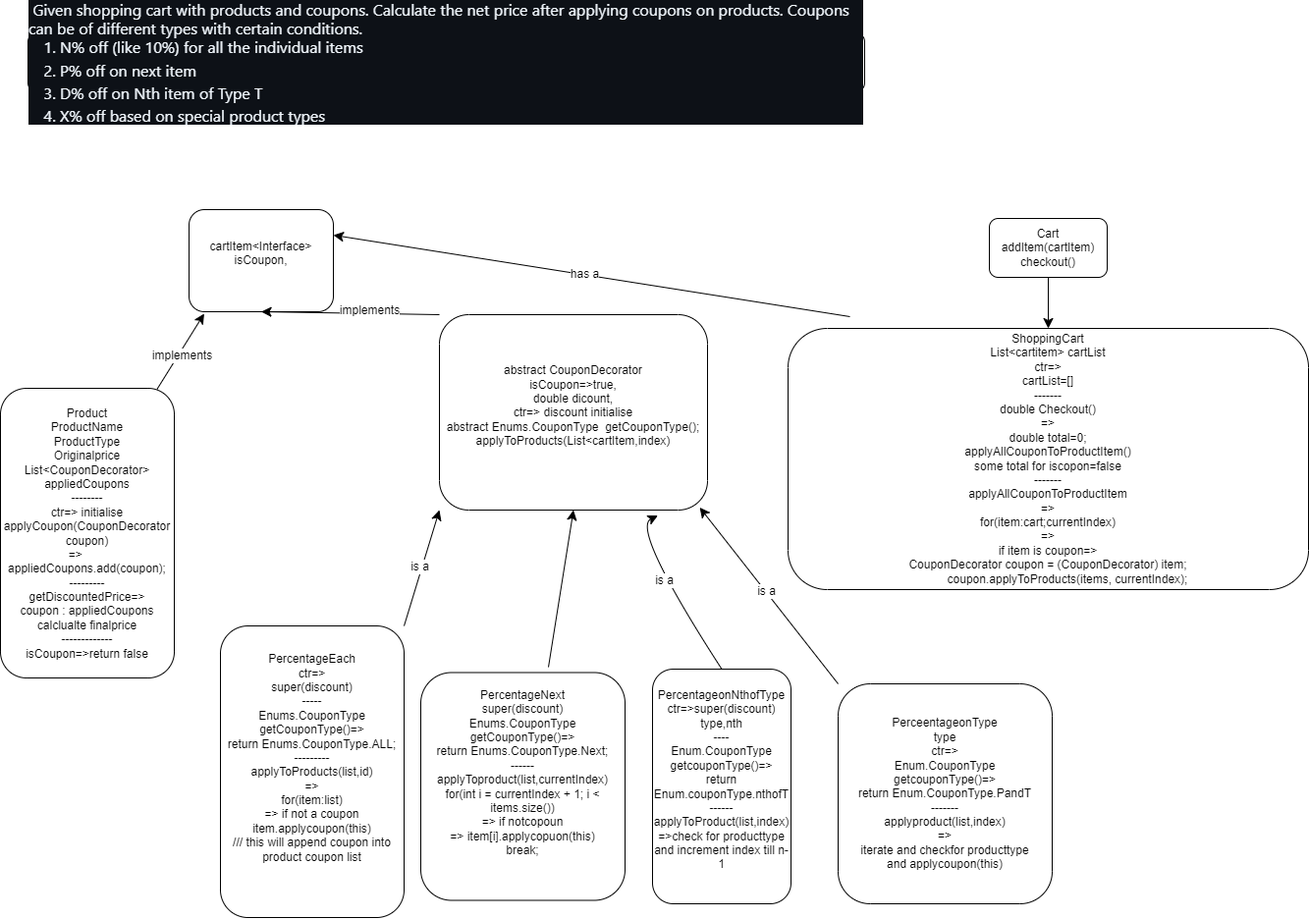
Earlier version of the draw.io export ShoppingCartDiagram.drawio.png (priya226/0-100dev). Source tidied: cells renumbered, new cells last; positions are measured from the earlier drawing's top-left corner, leaving out a move shared by most shapes. Its diagram source:
```xml
<mxGraphModel>
  <root>
    <mxCell id="0" />
    <mxCell id="1" parent="0" />
    <mxCell id="2" value="&lt;p style=&quot;box-sizing: border-box; margin-top: 0px; margin-bottom: var(--base-size-16); color: rgb(240, 246, 252); font-family: -apple-system, BlinkMacSystemFont, &amp;quot;Segoe UI&amp;quot;, &amp;quot;Noto Sans&amp;quot;, Helvetica, Arial, sans-serif, &amp;quot;Apple Color Emoji&amp;quot;, &amp;quot;Segoe UI Emoji&amp;quot;; font-size: 16px; text-align: start; background-color: rgb(13, 17, 23);&quot; dir=&quot;auto&quot;&gt;&amp;nbsp;Given shopping cart with products and coupons. Calculate the net price after applying coupons on products. Coupons can be of different types with certain conditions.&lt;/p&gt;&lt;ol style=&quot;box-sizing: border-box; padding-left: 2em; margin-top: 0px; margin-bottom: var(--base-size-16); color: rgb(240, 246, 252); font-family: -apple-system, BlinkMacSystemFont, &amp;quot;Segoe UI&amp;quot;, &amp;quot;Noto Sans&amp;quot;, Helvetica, Arial, sans-serif, &amp;quot;Apple Color Emoji&amp;quot;, &amp;quot;Segoe UI Emoji&amp;quot;; font-size: 16px; text-align: start; background-color: rgb(13, 17, 23);&quot; dir=&quot;auto&quot;&gt;&lt;li style=&quot;box-sizing: border-box;&quot;&gt;N% off (like 10%) for all the individual items&lt;/li&gt;&lt;li style=&quot;box-sizing: border-box; margin-top: 0.25em;&quot;&gt;P% off on next item&lt;/li&gt;&lt;li style=&quot;box-sizing: border-box; margin-top: 0.25em;&quot;&gt;D% off on Nth item of Type T&lt;/li&gt;&lt;li style=&quot;box-sizing: border-box; margin-top: 0.25em;&quot;&gt;X% off based on special product types&lt;/li&gt;&lt;/ol&gt;" style="rounded=1;whiteSpace=wrap;html=1;" parent="1" vertex="1">
      <mxGeometry x="28" width="852" height="60" as="geometry" />
    </mxCell>
    <mxCell id="3" value="cartItem&amp;lt;Interface&amp;gt;&lt;div&gt;isCoupon,&lt;/div&gt;&lt;div&gt;&lt;br&gt;&lt;/div&gt;" style="rounded=1;whiteSpace=wrap;html=1;" parent="1" vertex="1">
      <mxGeometry x="192" y="180" width="147" height="104" as="geometry" />
    </mxCell>
    <mxCell id="4" value="Product&lt;div&gt;ProductName&lt;/div&gt;&lt;div&gt;ProductType&lt;/div&gt;&lt;div&gt;Originalprice&lt;/div&gt;&lt;div&gt;List&amp;lt;CouponDecorator&amp;gt; appliedCoupons&lt;br&gt;&lt;/div&gt;&lt;div&gt;--------&lt;/div&gt;&lt;div&gt;ctr=&amp;gt; initialise&lt;/div&gt;&lt;div&gt;&lt;div&gt;applyCoupon(CouponDecorator&lt;/div&gt;&lt;div&gt;&amp;nbsp;coupon)&amp;nbsp;&lt;/div&gt;&lt;div&gt;=&amp;gt;&lt;span style=&quot;background-color: initial;&quot;&gt;&amp;nbsp; &amp;nbsp; &amp;nbsp; &amp;nbsp; appliedCoupons.add(coupon);&lt;/span&gt;&lt;/div&gt;&lt;/div&gt;&lt;div&gt;---------&lt;/div&gt;&lt;div&gt;getDiscountedPrice=&amp;gt;&lt;br&gt;&lt;/div&gt;&lt;div&gt;coupon : appliedCoupons&lt;br&gt;&lt;/div&gt;&lt;div&gt;calclualte finalprice&lt;/div&gt;&lt;div&gt;-------------&lt;/div&gt;&lt;div&gt;isCoupon=&amp;gt;return false&lt;/div&gt;" style="rounded=1;whiteSpace=wrap;html=1;" parent="1" vertex="1">
      <mxGeometry y="362" width="177" height="295" as="geometry" />
    </mxCell>
    <mxCell id="5" value="abstract CouponDecorator&lt;div&gt;isCoupon=&amp;gt;true,&lt;/div&gt;&lt;div&gt;double dicount,&lt;/div&gt;&lt;div&gt;ctr=&amp;gt; discount initialise&lt;/div&gt;&lt;div&gt;abstract Enums.CouponType&amp;nbsp; getCouponType();&lt;br&gt;&lt;/div&gt;&lt;div&gt;applyToProducts(List&amp;lt;cartItem,index)&lt;br&gt;&lt;/div&gt;&lt;div&gt;&lt;br&gt;&lt;/div&gt;" style="rounded=1;whiteSpace=wrap;html=1;" parent="1" vertex="1">
      <mxGeometry x="447" y="287" width="273" height="199" as="geometry" />
    </mxCell>
    <mxCell id="6" style="endArrow=classic;html=1;rounded=0;fontSize=12;startSize=8;endSize=8;curved=1;exitX=0;exitY=0;exitDx=0;exitDy=0;entryX=0.5;entryY=1;entryDx=0;entryDy=0;" parent="1" edge="1" source="5" target="3">
      <mxGeometry relative="1" as="geometry" />
    </mxCell>
    <mxCell id="7" value="implements" style="edgeLabel;html=1;align=center;verticalAlign=middle;fontSize=12;" parent="6" vertex="1">
      <mxGeometry x="-0.22" y="-4" relative="1" as="geometry" />
    </mxCell>
    <mxCell id="8" value="PercentageEach&lt;div&gt;&lt;div&gt;ctr=&amp;gt;&lt;/div&gt;&lt;div&gt;super(discount)&lt;/div&gt;&lt;div&gt;-----&lt;/div&gt;&lt;div&gt;&lt;div&gt;Enums.CouponType getCouponType()=&amp;gt;&lt;br&gt;&lt;/div&gt;&lt;div&gt;return&amp;nbsp;Enums.CouponType.ALL;&lt;/div&gt;&lt;div&gt;---------&lt;/div&gt;&lt;div&gt;applyToProducts(list,id)&lt;br&gt;&lt;/div&gt;&lt;div&gt;=&amp;gt;&lt;/div&gt;&lt;div&gt;for(item:list)&lt;/div&gt;&lt;div&gt;=&amp;gt; if not a coupon&lt;/div&gt;&lt;div&gt;item.applycoupon(this)&lt;/div&gt;&lt;div&gt;/// this will append coupon into product coupon list&lt;/div&gt;&lt;div&gt;&lt;br&gt;&lt;/div&gt;&lt;div&gt;&lt;br&gt;&lt;/div&gt;&lt;/div&gt;&lt;/div&gt;" style="rounded=1;whiteSpace=wrap;html=1;" parent="1" vertex="1">
      <mxGeometry x="224" y="604" width="187" height="297" as="geometry" />
    </mxCell>
    <mxCell id="9" value="PercentageNext&lt;div&gt;super(discount)&lt;/div&gt;&lt;div&gt;&lt;div&gt;Enums.CouponType getCouponType()=&amp;gt;&lt;br&gt;&lt;/div&gt;&lt;div&gt;return&amp;nbsp;Enums.CouponType.Next;&lt;/div&gt;&lt;/div&gt;&lt;div&gt;------&lt;/div&gt;&lt;div&gt;applyToproduct(list,currentIndex)&lt;/div&gt;&lt;div&gt;for(int i = currentIndex + 1; i &amp;lt; items.size())&lt;/div&gt;&lt;div&gt;=&amp;gt; if notcopoun&lt;/div&gt;&lt;div&gt;=&amp;gt; item[i].applycopuon(this)&lt;/div&gt;&lt;div&gt;break;&lt;/div&gt;&lt;div&gt;&lt;br&gt;&lt;/div&gt;&lt;div&gt;&lt;br&gt;&lt;/div&gt;" style="rounded=1;whiteSpace=wrap;html=1;" parent="1" vertex="1">
      <mxGeometry x="428" y="651.5" width="208" height="232" as="geometry" />
    </mxCell>
    <mxCell id="10" value="PercentageonNthofType&lt;div&gt;ctr=&amp;gt;super(discount)&lt;/div&gt;&lt;div&gt;type,nth&lt;/div&gt;&lt;div&gt;----&lt;/div&gt;&lt;div&gt;Enum.CouponType&lt;/div&gt;&lt;div&gt;getcouponType()=&amp;gt;&lt;/div&gt;&lt;div&gt;return Enum.couponType.nthofT&lt;/div&gt;&lt;div&gt;------&lt;/div&gt;&lt;div&gt;applyToProduct(list,index)&lt;/div&gt;&lt;div&gt;=&amp;gt;check for producttype and increment index till n-1&lt;/div&gt;&lt;div&gt;&lt;br&gt;&lt;/div&gt;" style="rounded=1;whiteSpace=wrap;html=1;" parent="1" vertex="1">
      <mxGeometry x="664" y="648" width="141" height="239" as="geometry" />
    </mxCell>
    <mxCell id="11" value="PerceentageonType&lt;div&gt;type&lt;/div&gt;&lt;div&gt;ctr=&amp;gt;&lt;/div&gt;&lt;div&gt;Enum.CouponType&lt;/div&gt;&lt;div&gt;getcouponType()=&amp;gt;&lt;/div&gt;&lt;div&gt;return Enum.CouponType.PandT&lt;/div&gt;&lt;div&gt;-------&lt;/div&gt;&lt;div&gt;applyproduct(list,index)&lt;/div&gt;&lt;div&gt;=&amp;gt;&lt;/div&gt;&lt;div&gt;iterate and checkfor producttype&lt;/div&gt;&lt;div&gt;and applycoupon(this)&lt;/div&gt;" style="rounded=1;whiteSpace=wrap;html=1;" parent="1" vertex="1">
      <mxGeometry x="853" y="663" width="218" height="224" as="geometry" />
    </mxCell>
    <mxCell id="12" style="endArrow=classic;html=1;rounded=0;fontSize=12;startSize=8;endSize=8;curved=1;exitX=1;exitY=0;exitDx=0;exitDy=0;entryX=0;entryY=1;entryDx=0;entryDy=0;" parent="1" edge="1" source="8" target="5">
      <mxGeometry relative="1" as="geometry" />
    </mxCell>
    <mxCell id="13" value="is a" style="edgeLabel;html=1;align=center;verticalAlign=middle;fontSize=12;" parent="12" vertex="1">
      <mxGeometry x="0.01" y="3" relative="1" as="geometry" />
    </mxCell>
    <mxCell id="14" style="endArrow=classic;html=1;rounded=0;fontSize=12;startSize=8;endSize=8;curved=1;exitX=0.5;exitY=0;exitDx=0;exitDy=0;entryX=0.815;entryY=1.028;entryDx=0;entryDy=0;entryPerimeter=0;" parent="1" edge="1" source="10" target="5">
      <mxGeometry relative="1" as="geometry">
        <Array as="points">
          <mxPoint x="642" y="505" />
        </Array>
      </mxGeometry>
    </mxCell>
    <mxCell id="15" value="is a" style="edgeLabel;html=1;align=center;verticalAlign=middle;fontSize=12;" parent="14" vertex="1">
      <mxGeometry x="0.09" relative="1" as="geometry" />
    </mxCell>
    <mxCell id="16" style="endArrow=classic;html=1;rounded=0;fontSize=12;startSize=8;endSize=8;curved=1;exitX=0;exitY=0;exitDx=0;exitDy=0;entryX=0.971;entryY=0.987;entryDx=0;entryDy=0;entryPerimeter=0;" parent="1" edge="1" source="11" target="5">
      <mxGeometry relative="1" as="geometry" />
    </mxCell>
    <mxCell id="17" value="is a" style="edgeLabel;html=1;align=center;verticalAlign=middle;fontSize=12;" parent="16" vertex="1">
      <mxGeometry x="0.06" relative="1" as="geometry" />
    </mxCell>
    <mxCell id="18" value="Cart&lt;div&gt;addItem(cartItem)&lt;/div&gt;&lt;div&gt;checkout()&lt;/div&gt;" style="rounded=1;whiteSpace=wrap;html=1;" parent="1" vertex="1">
      <mxGeometry x="1007" y="189" width="120" height="60" as="geometry" />
    </mxCell>
    <mxCell id="19" value="ShoppingCart&lt;div&gt;List&amp;lt;cartitem&amp;gt; cartList&lt;/div&gt;&lt;div&gt;ctr=&amp;gt;&lt;/div&gt;&lt;div&gt;&lt;span style=&quot;background-color: initial;&quot;&gt;cartList&lt;/span&gt;=[]&lt;/div&gt;&lt;div&gt;-------&lt;/div&gt;&lt;div&gt;double Checkout()&lt;/div&gt;&lt;div&gt;=&amp;gt;&lt;/div&gt;&lt;div&gt;double total=0;&lt;/div&gt;&lt;div&gt;applyAllCouponToProductItem()&lt;br&gt;&lt;/div&gt;&lt;div&gt;some total for iscopon=false&lt;/div&gt;&lt;div&gt;-------&lt;/div&gt;&lt;div&gt;applyAllCouponToProductItem&lt;br&gt;&lt;/div&gt;&lt;div&gt;=&amp;gt;&lt;/div&gt;&lt;div&gt;for(item:cart;currentIndex)&lt;/div&gt;&lt;div&gt;=&amp;gt;&lt;/div&gt;&lt;div&gt;if item is coupon=&amp;gt;&lt;/div&gt;&lt;div&gt;&lt;div&gt;&lt;span style=&quot;background-color: initial;&quot;&gt;CouponDecorator&lt;/span&gt;&amp;nbsp;coupon = (CouponDecorator) item;&lt;/div&gt;&lt;div&gt;&amp;nbsp; &amp;nbsp; &amp;nbsp; &amp;nbsp; &amp;nbsp; &amp;nbsp; coupon.applyToProducts(items, currentIndex);&lt;/div&gt;&lt;/div&gt;" style="rounded=1;whiteSpace=wrap;html=1;" parent="1" vertex="1">
      <mxGeometry x="802" y="301" width="530" height="266" as="geometry" />
    </mxCell>
    <mxCell id="20" style="endArrow=classic;html=1;rounded=0;fontSize=12;startSize=8;endSize=8;curved=1;exitX=0.5;exitY=1;exitDx=0;exitDy=0;entryX=0.5;entryY=0;entryDx=0;entryDy=0;" parent="1" edge="1" source="18" target="19">
      <mxGeometry relative="1" as="geometry" />
    </mxCell>
    <mxCell id="21" style="endArrow=classic;html=1;rounded=0;fontSize=12;startSize=8;endSize=8;curved=1;entryX=0.5;entryY=1;entryDx=0;entryDy=0;" parent="1" edge="1" target="5">
      <mxGeometry relative="1" as="geometry">
        <mxPoint x="558" y="646" as="sourcePoint" />
      </mxGeometry>
    </mxCell>
    <mxCell id="22" style="endArrow=classic;html=1;rounded=0;fontSize=12;startSize=8;endSize=8;curved=1;exitX=0.901;exitY=0.003;exitDx=0;exitDy=0;exitPerimeter=0;entryX=0.105;entryY=1.019;entryDx=0;entryDy=0;entryPerimeter=0;" parent="1" edge="1" source="4" target="3">
      <mxGeometry relative="1" as="geometry" />
    </mxCell>
    <mxCell id="23" value="implements" style="edgeLabel;html=1;align=center;verticalAlign=middle;fontSize=12;" parent="22" vertex="1">
      <mxGeometry x="-0.04" y="-3" relative="1" as="geometry" />
    </mxCell>
    <mxCell id="24" style="endArrow=classic;html=1;rounded=0;fontSize=12;startSize=8;endSize=8;curved=1;entryX=1;entryY=0.25;entryDx=0;entryDy=0;" parent="1" edge="1" target="3">
      <mxGeometry relative="1" as="geometry">
        <mxPoint x="865" y="289" as="sourcePoint" />
      </mxGeometry>
    </mxCell>
    <mxCell id="25" value="has a" style="edgeLabel;html=1;align=center;verticalAlign=middle;fontSize=12;" parent="24" vertex="1">
      <mxGeometry x="0.03" y="-1" relative="1" as="geometry" />
    </mxCell>
  </root>
</mxGraphModel>
```
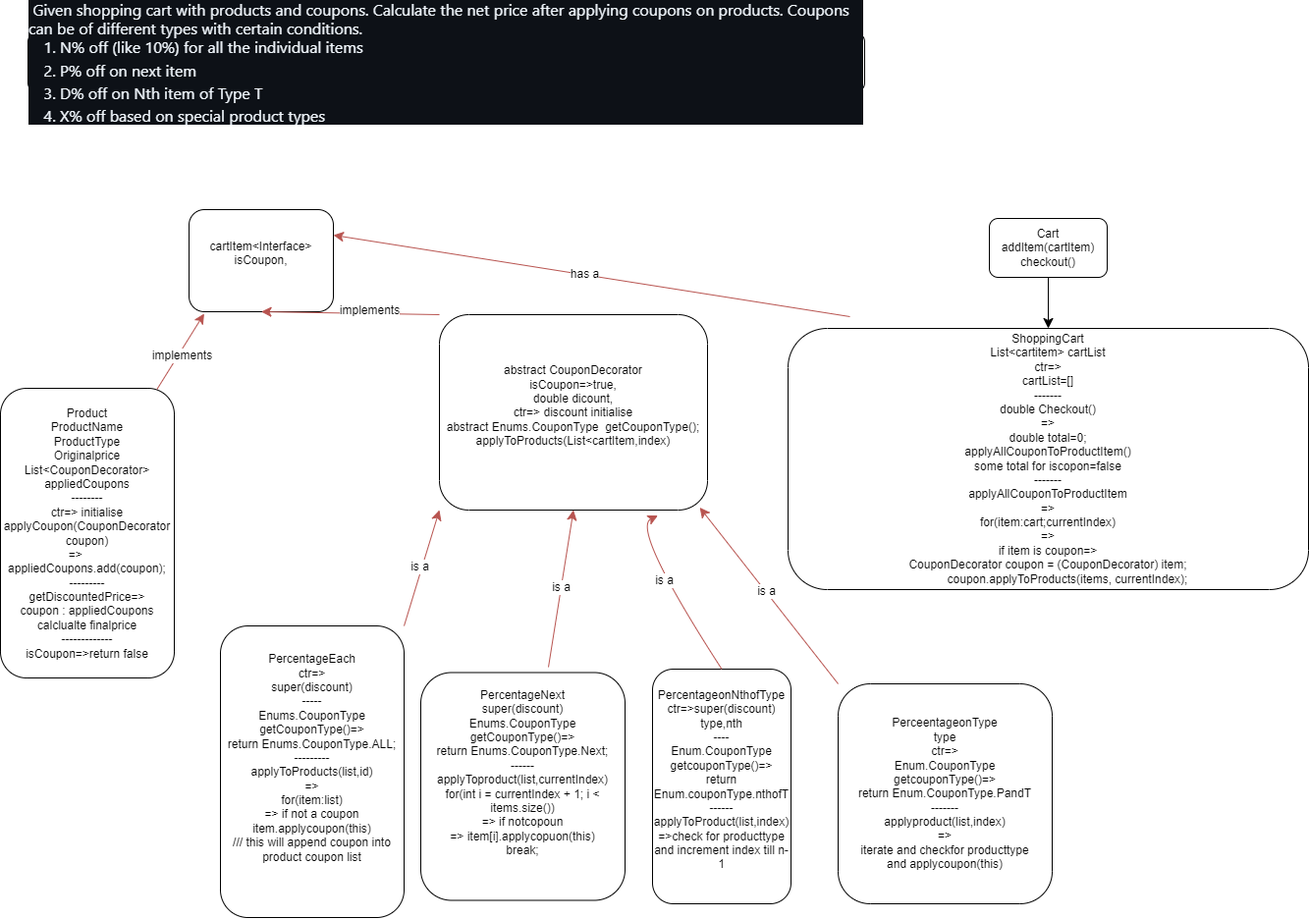
The same diagram one commit later.

The edit, as a diff of the source:
```diff
@@ -14,7 +14,7 @@
     <mxCell id="5" value="abstract CouponDecorator&lt;div&gt;isCoupon=&amp;gt;true,&lt;/div&gt;&lt;div&gt;double dicount,&lt;/div&gt;&lt;div&gt;ctr=&amp;gt; discount initialise&lt;/div&gt;&lt;div&gt;abstract Enums.CouponType&amp;nbsp; getCouponType();&lt;br&gt;&lt;/div&gt;&lt;div&gt;applyToProducts(List&amp;lt;cartItem,index)&lt;br&gt;&lt;/div&gt;&lt;div&gt;&lt;br&gt;&lt;/div&gt;" style="rounded=1;whiteSpace=wrap;html=1;" parent="1" vertex="1">
       <mxGeometry x="447" y="287" width="273" height="199" as="geometry" />
     </mxCell>
-    <mxCell id="6" style="endArrow=classic;html=1;rounded=0;fontSize=12;startSize=8;endSize=8;curved=1;exitX=0;exitY=0;exitDx=0;exitDy=0;entryX=0.5;entryY=1;entryDx=0;entryDy=0;" parent="1" edge="1" source="5" target="3">
+    <mxCell id="6" style="endArrow=classic;html=1;rounded=0;fontSize=12;startSize=8;endSize=8;curved=1;exitX=0;exitY=0;exitDx=0;exitDy=0;entryX=0.5;entryY=1;entryDx=0;entryDy=0;fillColor=#f8cecc;strokeColor=#b85450;" parent="1" edge="1" source="5" target="3">
       <mxGeometry relative="1" as="geometry" />
     </mxCell>
     <mxCell id="7" value="implements" style="edgeLabel;html=1;align=center;verticalAlign=middle;fontSize=12;" parent="6" vertex="1">
@@ -32,13 +32,13 @@
     <mxCell id="11" value="PerceentageonType&lt;div&gt;type&lt;/div&gt;&lt;div&gt;ctr=&amp;gt;&lt;/div&gt;&lt;div&gt;Enum.CouponType&lt;/div&gt;&lt;div&gt;getcouponType()=&amp;gt;&lt;/div&gt;&lt;div&gt;return Enum.CouponType.PandT&lt;/div&gt;&lt;div&gt;-------&lt;/div&gt;&lt;div&gt;applyproduct(list,index)&lt;/div&gt;&lt;div&gt;=&amp;gt;&lt;/div&gt;&lt;div&gt;iterate and checkfor producttype&lt;/div&gt;&lt;div&gt;and applycoupon(this)&lt;/div&gt;" style="rounded=1;whiteSpace=wrap;html=1;" parent="1" vertex="1">
       <mxGeometry x="853" y="663" width="218" height="224" as="geometry" />
     </mxCell>
-    <mxCell id="12" style="endArrow=classic;html=1;rounded=0;fontSize=12;startSize=8;endSize=8;curved=1;exitX=1;exitY=0;exitDx=0;exitDy=0;entryX=0;entryY=1;entryDx=0;entryDy=0;" parent="1" edge="1" source="8" target="5">
+    <mxCell id="12" style="endArrow=classic;html=1;rounded=0;fontSize=12;startSize=8;endSize=8;curved=1;exitX=1;exitY=0;exitDx=0;exitDy=0;entryX=0;entryY=1;entryDx=0;entryDy=0;fillColor=#f8cecc;strokeColor=#b85450;" parent="1" edge="1" source="8" target="5">
       <mxGeometry relative="1" as="geometry" />
     </mxCell>
     <mxCell id="13" value="is a" style="edgeLabel;html=1;align=center;verticalAlign=middle;fontSize=12;" parent="12" vertex="1">
       <mxGeometry x="0.01" y="3" relative="1" as="geometry" />
     </mxCell>
-    <mxCell id="14" style="endArrow=classic;html=1;rounded=0;fontSize=12;startSize=8;endSize=8;curved=1;exitX=0.5;exitY=0;exitDx=0;exitDy=0;entryX=0.815;entryY=1.028;entryDx=0;entryDy=0;entryPerimeter=0;" parent="1" edge="1" source="10" target="5">
+    <mxCell id="14" style="endArrow=classic;html=1;rounded=0;fontSize=12;startSize=8;endSize=8;curved=1;exitX=0.5;exitY=0;exitDx=0;exitDy=0;entryX=0.815;entryY=1.028;entryDx=0;entryDy=0;entryPerimeter=0;fillColor=#f8cecc;strokeColor=#b85450;" parent="1" edge="1" source="10" target="5">
       <mxGeometry relative="1" as="geometry">
         <Array as="points">
           <mxPoint x="642" y="505" />
@@ -48,7 +48,7 @@
     <mxCell id="15" value="is a" style="edgeLabel;html=1;align=center;verticalAlign=middle;fontSize=12;" parent="14" vertex="1">
       <mxGeometry x="0.09" relative="1" as="geometry" />
     </mxCell>
-    <mxCell id="16" style="endArrow=classic;html=1;rounded=0;fontSize=12;startSize=8;endSize=8;curved=1;exitX=0;exitY=0;exitDx=0;exitDy=0;entryX=0.971;entryY=0.987;entryDx=0;entryDy=0;entryPerimeter=0;" parent="1" edge="1" source="11" target="5">
+    <mxCell id="16" style="endArrow=classic;html=1;rounded=0;fontSize=12;startSize=8;endSize=8;curved=1;exitX=0;exitY=0;exitDx=0;exitDy=0;entryX=0.971;entryY=0.987;entryDx=0;entryDy=0;entryPerimeter=0;fillColor=#f8cecc;strokeColor=#b85450;" parent="1" edge="1" source="11" target="5">
       <mxGeometry relative="1" as="geometry" />
     </mxCell>
     <mxCell id="17" value="is a" style="edgeLabel;html=1;align=center;verticalAlign=middle;fontSize=12;" parent="16" vertex="1">
@@ -63,18 +63,21 @@
     <mxCell id="20" style="endArrow=classic;html=1;rounded=0;fontSize=12;startSize=8;endSize=8;curved=1;exitX=0.5;exitY=1;exitDx=0;exitDy=0;entryX=0.5;entryY=0;entryDx=0;entryDy=0;" parent="1" edge="1" source="18" target="19">
       <mxGeometry relative="1" as="geometry" />
     </mxCell>
-    <mxCell id="21" style="endArrow=classic;html=1;rounded=0;fontSize=12;startSize=8;endSize=8;curved=1;entryX=0.5;entryY=1;entryDx=0;entryDy=0;" parent="1" edge="1" target="5">
+    <mxCell id="21" style="endArrow=classic;html=1;rounded=0;fontSize=12;startSize=8;endSize=8;curved=1;entryX=0.5;entryY=1;entryDx=0;entryDy=0;fillColor=#f8cecc;strokeColor=#b85450;" parent="1" edge="1" target="5">
       <mxGeometry relative="1" as="geometry">
         <mxPoint x="558" y="646" as="sourcePoint" />
       </mxGeometry>
     </mxCell>
+    <mxCell id="26" value="is a" style="edgeLabel;html=1;align=center;verticalAlign=middle;fontSize=12;" parent="21" vertex="1">
+      <mxGeometry x="0.02" y="1" relative="1" as="geometry" />
+    </mxCell>
-    <mxCell id="22" style="endArrow=classic;html=1;rounded=0;fontSize=12;startSize=8;endSize=8;curved=1;exitX=0.901;exitY=0.003;exitDx=0;exitDy=0;exitPerimeter=0;entryX=0.105;entryY=1.019;entryDx=0;entryDy=0;entryPerimeter=0;" parent="1" edge="1" source="4" target="3">
+    <mxCell id="22" style="endArrow=classic;html=1;rounded=0;fontSize=12;startSize=8;endSize=8;curved=1;exitX=0.901;exitY=0.003;exitDx=0;exitDy=0;exitPerimeter=0;entryX=0.105;entryY=1.019;entryDx=0;entryDy=0;entryPerimeter=0;fillColor=#f8cecc;strokeColor=#b85450;" parent="1" edge="1" source="4" target="3">
       <mxGeometry relative="1" as="geometry" />
     </mxCell>
     <mxCell id="23" value="implements" style="edgeLabel;html=1;align=center;verticalAlign=middle;fontSize=12;" parent="22" vertex="1">
       <mxGeometry x="-0.04" y="-3" relative="1" as="geometry" />
     </mxCell>
-    <mxCell id="24" style="endArrow=classic;html=1;rounded=0;fontSize=12;startSize=8;endSize=8;curved=1;entryX=1;entryY=0.25;entryDx=0;entryDy=0;" parent="1" edge="1" target="3">
+    <mxCell id="24" style="endArrow=classic;html=1;rounded=0;fontSize=12;startSize=8;endSize=8;curved=1;entryX=1;entryY=0.25;entryDx=0;entryDy=0;fillColor=#f8cecc;strokeColor=#b85450;" parent="1" edge="1" target="3">
       <mxGeometry relative="1" as="geometry">
         <mxPoint x="865" y="289" as="sourcePoint" />
       </mxGeometry>
```
